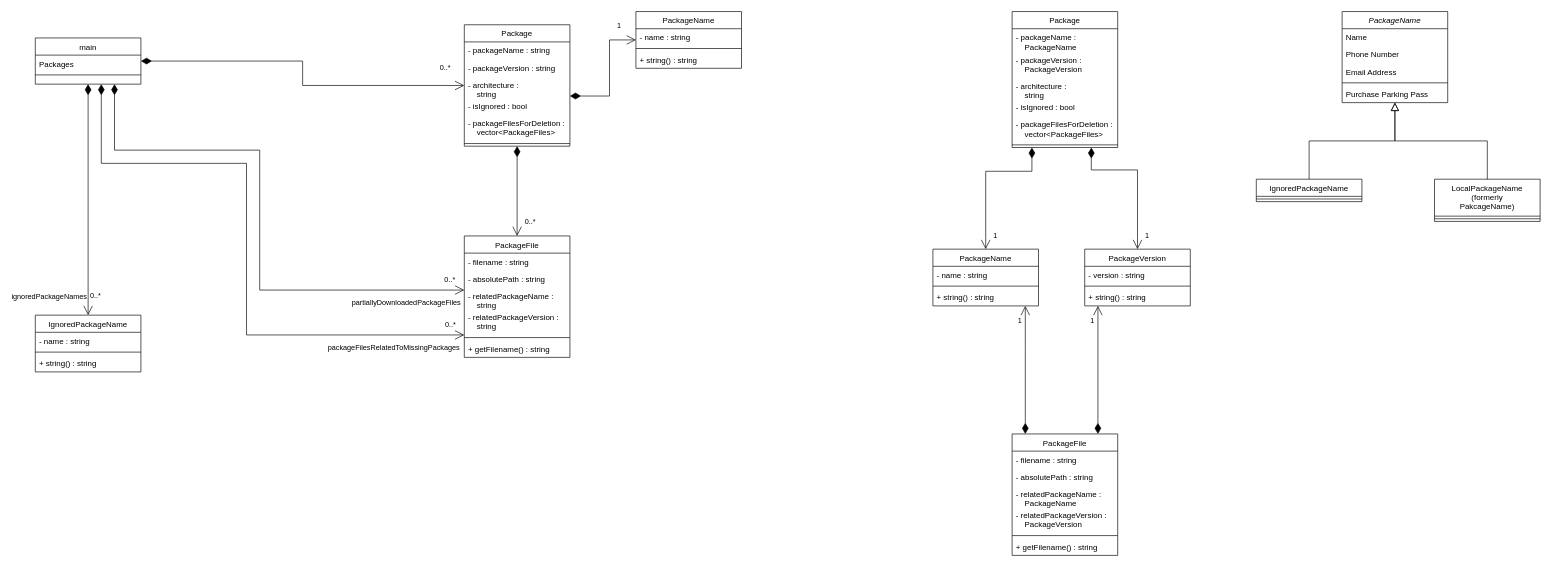
Before: clean_pacman_cache_dir.drawio in kyberdrb/clean_pacman_cache_dir, a draw.io diagram. Source tidied: cells renumbered, new cells numbered last; positions are measured from the earlier drawing's top-left corner, leaving out a move shared by most shapes. Both pictures are drawn from the tidied source at 66%, with x=0, y=0 at pixel (35, 11).
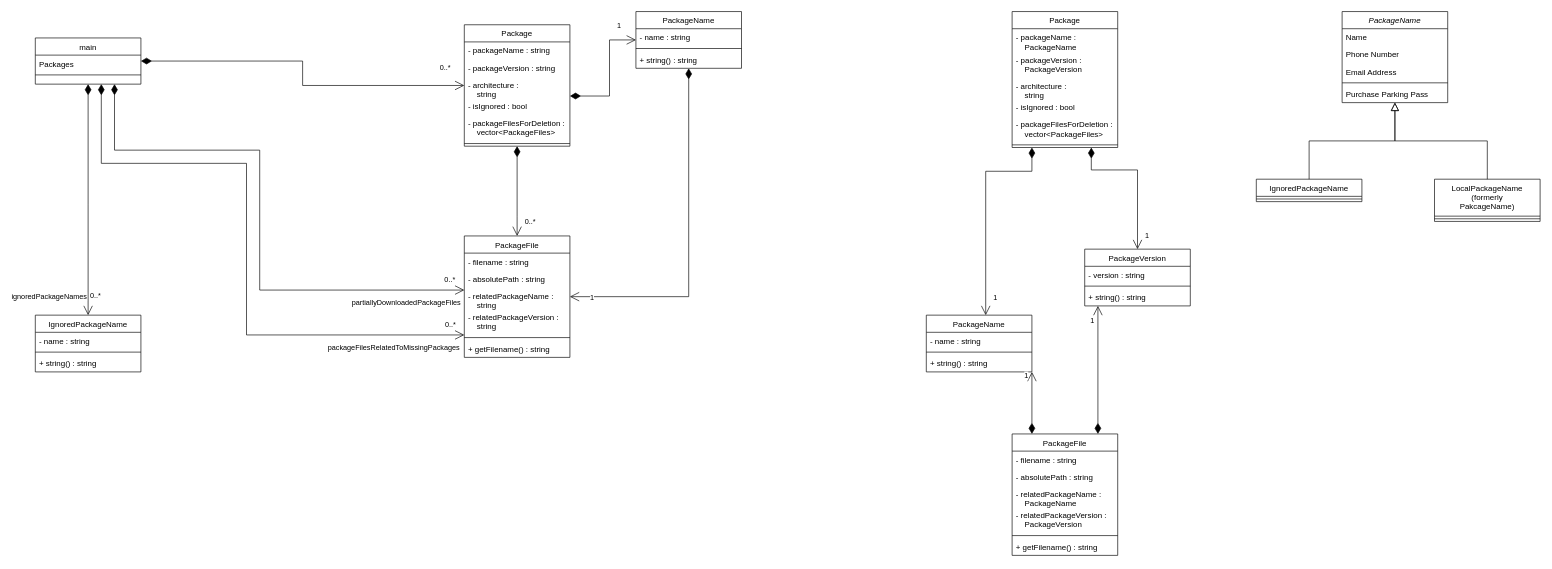
The same diagram, later.

The change refers to these unchanged cells:
```xml
<mxCell id="27" value="PackageName" style="swimlane;fontStyle=0;align=center;verticalAlign=top;horizontal=1;startSize=26;rounded=0;shadow=0;strokeWidth=1;" parent="1" vertex="1">
  <mxGeometry x="910" width="160" height="86" as="geometry" />
</mxCell>
<mxCell id="36" value="PackageFile" style="swimlane;fontStyle=0;align=center;verticalAlign=top;horizontal=1;startSize=26;rounded=0;shadow=0;strokeWidth=1;" parent="1" vertex="1">
  <mxGeometry x="650" y="340" width="160" height="184" as="geometry" />
</mxCell>
```

What changed in the source:
```diff
@@
     <mxCell id="49" value="PackageName" style="swimlane;fontStyle=0;align=center;verticalAlign=top;horizontal=1;startSize=26;rounded=0;shadow=0;strokeWidth=1;" parent="1" vertex="1">
-      <mxGeometry x="1360" y="360" width="160" height="86" as="geometry" />
+      <mxGeometry x="1350" y="460" width="160" height="86" as="geometry" />
     </mxCell>
@@
+    <mxCell id="78" value="1" style="endArrow=open;html=1;endSize=12;startArrow=diamondThin;startSize=14;startFill=1;edgeStyle=orthogonalEdgeStyle;align=left;verticalAlign=bottom;rounded=0;" parent="1" edge="1" source="27" target="36">
+      <mxGeometry x="0.89" y="10" relative="1" as="geometry">
+        <Array as="points">
+          <mxPoint x="990" y="432" />
+        </Array>
+      </mxGeometry>
+    </mxCell>
```
